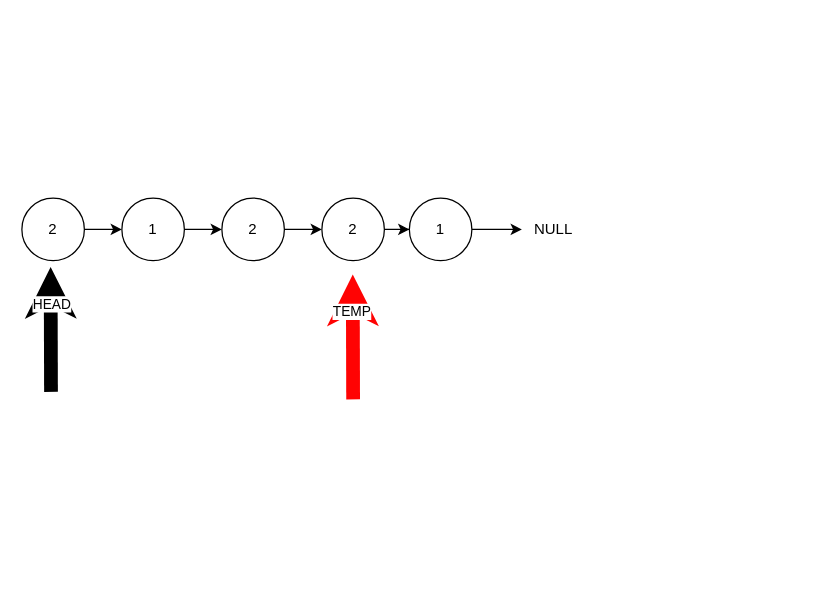
This is Diagrams/LinkedLists.drawio from neidenfree/leetcode, a draw.io file, before an edit. Source tidied: cells renumbered, new cells numbered last; positions are measured from the earlier drawing's top-left corner, leaving out a move shared by most shapes. Both pictures are drawn from the tidied source at 125%, with x=0, y=0 at pixel (21, 198).
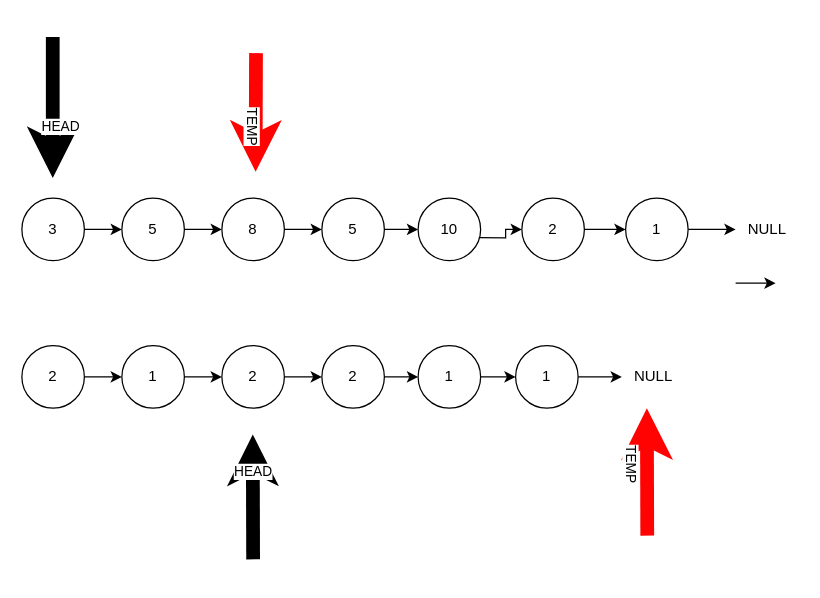
The same page after the edit.

Commit message (it also covers changes not shown here):
Nearly implemented partition

The edit, as a diff of the source:
```diff
@@
-    <mxCell id="3" value="2" style="ellipse;whiteSpace=wrap;html=1;" parent="1" vertex="1">
+    <mxCell id="3" value="3" style="ellipse;whiteSpace=wrap;html=1;" parent="1" vertex="1">
       <mxGeometry width="50" height="50" as="geometry" />
     </mxCell>
@@
-    <mxCell id="5" value="1" style="ellipse;whiteSpace=wrap;html=1;" parent="1" vertex="1">
+    <mxCell id="5" value="5" style="ellipse;whiteSpace=wrap;html=1;" parent="1" vertex="1">
       <mxGeometry x="80" width="50" height="50" as="geometry" />
     </mxCell>
@@
-    <mxCell id="7" value="2" style="ellipse;whiteSpace=wrap;html=1;" parent="1" vertex="1">
+    <mxCell id="7" value="8" style="ellipse;whiteSpace=wrap;html=1;" parent="1" vertex="1">
       <mxGeometry x="160" width="50" height="50" as="geometry" />
     </mxCell>
-    <mxCell id="8" style="edgeStyle=orthogonalEdgeStyle;rounded=0;jettySize=auto;html=1;strokeWidth=1;" parent="1" edge="1" source="9" target="12">
-      <mxGeometry relative="1" as="geometry" />
-    </mxCell>
-    <mxCell id="9" value="1" style="ellipse;whiteSpace=wrap;html=1;" parent="1" vertex="1">
-      <mxGeometry x="310" width="50" height="50" as="geometry" />
+    <mxCell id="9" value="10" style="ellipse;whiteSpace=wrap;html=1;" parent="1" vertex="1">
+      <mxGeometry x="317" width="50" height="50" as="geometry" />
     </mxCell>
     <mxCell id="10" style="endArrow=classic;html=1;strokeWidth=11;" parent="1" edge="1">
       <mxGeometry relative="1" as="geometry">
-        <mxPoint x="23.3" y="155" as="sourcePoint" />
-        <mxPoint x="23" y="55" as="targetPoint" />
+        <mxPoint x="24.7" y="-129" as="sourcePoint" />
+        <mxPoint x="24.7" y="-16" as="targetPoint" />
       </mxGeometry>
     </mxCell>
@@
     <mxCell id="12" value="NULL" style="text;html=1;align=center;verticalAlign=middle;points=[];" parent="1" vertex="1">
-      <mxGeometry x="400" y="15" width="50" height="20" as="geometry" />
+      <mxGeometry x="571" y="15" width="50" height="20" as="geometry" />
     </mxCell>
@@
-    <mxCell id="14" value="2" style="ellipse;whiteSpace=wrap;html=1;" parent="1" vertex="1">
+    <mxCell id="14" value="5" style="ellipse;whiteSpace=wrap;html=1;" parent="1" vertex="1">
       <mxGeometry x="240" width="50" height="50" as="geometry" />
     </mxCell>
     <mxCell id="15" style="endArrow=classic;html=1;strokeWidth=11;strokeColor=#FF0303;" parent="1" edge="1">
       <mxGeometry relative="1" as="geometry">
-        <mxPoint x="265" y="161" as="sourcePoint" />
-        <mxPoint x="264.7" y="61" as="targetPoint" />
+        <mxPoint x="187.3" y="-116" as="sourcePoint" />
+        <mxPoint x="187" y="-21" as="targetPoint" />
       </mxGeometry>
     </mxCell>
-    <mxCell id="16" value="TEMP" style="edgeLabel;html=1;align=center;verticalAlign=middle;" parent="15" vertex="1">
+    <mxCell id="16" value="TEMP" style="edgeLabel;html=1;align=center;verticalAlign=middle;rotation=90;" parent="15" vertex="1">
       <mxGeometry x="0.17" y="5" relative="1" as="geometry">
-        <mxPoint x="3.9" y="-11.7" as="offset" />
+        <mxPoint x="-7.1" y="1.8" as="offset" />
       </mxGeometry>
     </mxCell>
+    <mxCell id="17" style="edgeStyle=orthogonalEdgeStyle;rounded=0;jettySize=auto;html=1;" parent="1" edge="1" source="18" target="20">
+      <mxGeometry relative="1" as="geometry" />
+    </mxCell>
+    <mxCell id="18" value="2" style="ellipse;whiteSpace=wrap;html=1;" parent="1" vertex="1">
+      <mxGeometry y="118" width="50" height="50" as="geometry" />
+    </mxCell>
+    <mxCell id="19" style="edgeStyle=orthogonalEdgeStyle;rounded=0;jettySize=auto;html=1;strokeWidth=1;" parent="1" edge="1" source="20" target="22">
+      <mxGeometry relative="1" as="geometry" />
+    </mxCell>
+    <mxCell id="20" value="1" style="ellipse;whiteSpace=wrap;html=1;" parent="1" vertex="1">
+      <mxGeometry x="80" y="118" width="50" height="50" as="geometry" />
+    </mxCell>
+    <mxCell id="21" style="edgeStyle=orthogonalEdgeStyle;rounded=0;jettySize=auto;html=1;strokeWidth=1;" parent="1" edge="1" source="22" target="29">
+      <mxGeometry relative="1" as="geometry" />
+    </mxCell>
+    <mxCell id="22" value="2" style="ellipse;whiteSpace=wrap;html=1;" parent="1" vertex="1">
+      <mxGeometry x="160" y="118" width="50" height="50" as="geometry" />
+    </mxCell>
+    <mxCell id="23" style="edgeStyle=orthogonalEdgeStyle;rounded=0;jettySize=auto;html=1;" parent="1" edge="1" source="24" target="33">
+      <mxGeometry relative="1" as="geometry" />
+    </mxCell>
+    <mxCell id="24" value="1" style="ellipse;whiteSpace=wrap;html=1;" parent="1" vertex="1">
+      <mxGeometry x="317" y="118" width="50" height="50" as="geometry" />
+    </mxCell>
+    <mxCell id="25" style="endArrow=classic;html=1;strokeWidth=11;" parent="1" edge="1">
+      <mxGeometry relative="1" as="geometry">
+        <mxPoint x="185" y="289" as="sourcePoint" />
+        <mxPoint x="184.7" y="189" as="targetPoint" />
+      </mxGeometry>
+    </mxCell>
+    <mxCell id="26" value="HEAD" style="edgeLabel;html=1;align=center;verticalAlign=middle;" parent="25" vertex="1">
+      <mxGeometry x="0.33" y="3" relative="1" as="geometry">
+        <mxPoint x="3.2" y="-3.7" as="offset" />
+      </mxGeometry>
+    </mxCell>
+    <mxCell id="27" value="NULL" style="text;html=1;align=center;verticalAlign=middle;points=[];" parent="1" vertex="1">
+      <mxGeometry x="480" y="133" width="50" height="20" as="geometry" />
+    </mxCell>
+    <mxCell id="28" style="edgeStyle=orthogonalEdgeStyle;rounded=0;jettySize=auto;html=1;entryX=0;entryY=0.5;entryDx=0;entryDy=0;strokeWidth=1;" parent="1" edge="1" source="29" target="24">
+      <mxGeometry relative="1" as="geometry" />
+    </mxCell>
+    <mxCell id="29" value="2" style="ellipse;whiteSpace=wrap;html=1;" parent="1" vertex="1">
+      <mxGeometry x="240" y="118" width="50" height="50" as="geometry" />
+    </mxCell>
+    <mxCell id="30" style="endArrow=classic;html=1;strokeWidth=11;strokeColor=#FF0303;" parent="1" edge="1">
+      <mxGeometry relative="1" as="geometry">
+        <mxPoint x="500.3" y="270" as="sourcePoint" />
+        <mxPoint x="500" y="168" as="targetPoint" />
+      </mxGeometry>
+    </mxCell>
+    <mxCell id="31" value="TEMP" style="edgeLabel;html=1;align=center;verticalAlign=middle;rotation=90;" parent="30" vertex="1">
+      <mxGeometry x="0.17" y="5" relative="1" as="geometry">
+        <mxPoint x="-7.1" y="1.8" as="offset" />
+      </mxGeometry>
+    </mxCell>
+    <mxCell id="32" style="edgeStyle=orthogonalEdgeStyle;rounded=0;jettySize=auto;html=1;" parent="1" edge="1" source="33" target="27">
+      <mxGeometry relative="1" as="geometry" />
+    </mxCell>
+    <mxCell id="33" value="1" style="ellipse;whiteSpace=wrap;html=1;" parent="1" vertex="1">
+      <mxGeometry x="395" y="118" width="50" height="50" as="geometry" />
+    </mxCell>
+    <mxCell id="34" style="edgeStyle=orthogonalEdgeStyle;rounded=0;jettySize=auto;html=1;exitX=0.97;exitY=0.633;exitDx=0;exitDy=0;exitPerimeter=0;" parent="1" edge="1" source="9" target="36">
+      <mxGeometry relative="1" as="geometry" />
+    </mxCell>
+    <mxCell id="35" style="edgeStyle=orthogonalEdgeStyle;rounded=0;jettySize=auto;html=1;strokeWidth=1;" parent="1" edge="1" source="36" target="38">
+      <mxGeometry relative="1" as="geometry" />
+    </mxCell>
+    <mxCell id="36" value="2" style="ellipse;whiteSpace=wrap;html=1;" parent="1" vertex="1">
+      <mxGeometry x="400" width="50" height="50" as="geometry" />
+    </mxCell>
+    <mxCell id="37" style="edgeStyle=orthogonalEdgeStyle;rounded=0;jettySize=auto;html=1;strokeWidth=1;" parent="1" edge="1" source="38" target="12">
+      <mxGeometry relative="1" as="geometry" />
+    </mxCell>
+    <mxCell id="38" value="1" style="ellipse;whiteSpace=wrap;html=1;" parent="1" vertex="1">
+      <mxGeometry x="483" width="50" height="50" as="geometry" />
+    </mxCell>
+    <mxCell id="39" style="edgeStyle=orthogonalEdgeStyle;rounded=0;orthogonalLoop=1;jettySize=auto;html=1;entryX=0;entryY=0.5;entryDx=0;entryDy=0;strokeWidth=1;" parent="1" edge="1">
+      <mxGeometry relative="1" as="geometry">
+        <mxPoint x="571" y="68" as="sourcePoint" />
+        <mxPoint x="603" y="68" as="targetPoint" />
+      </mxGeometry>
+    </mxCell>
```
